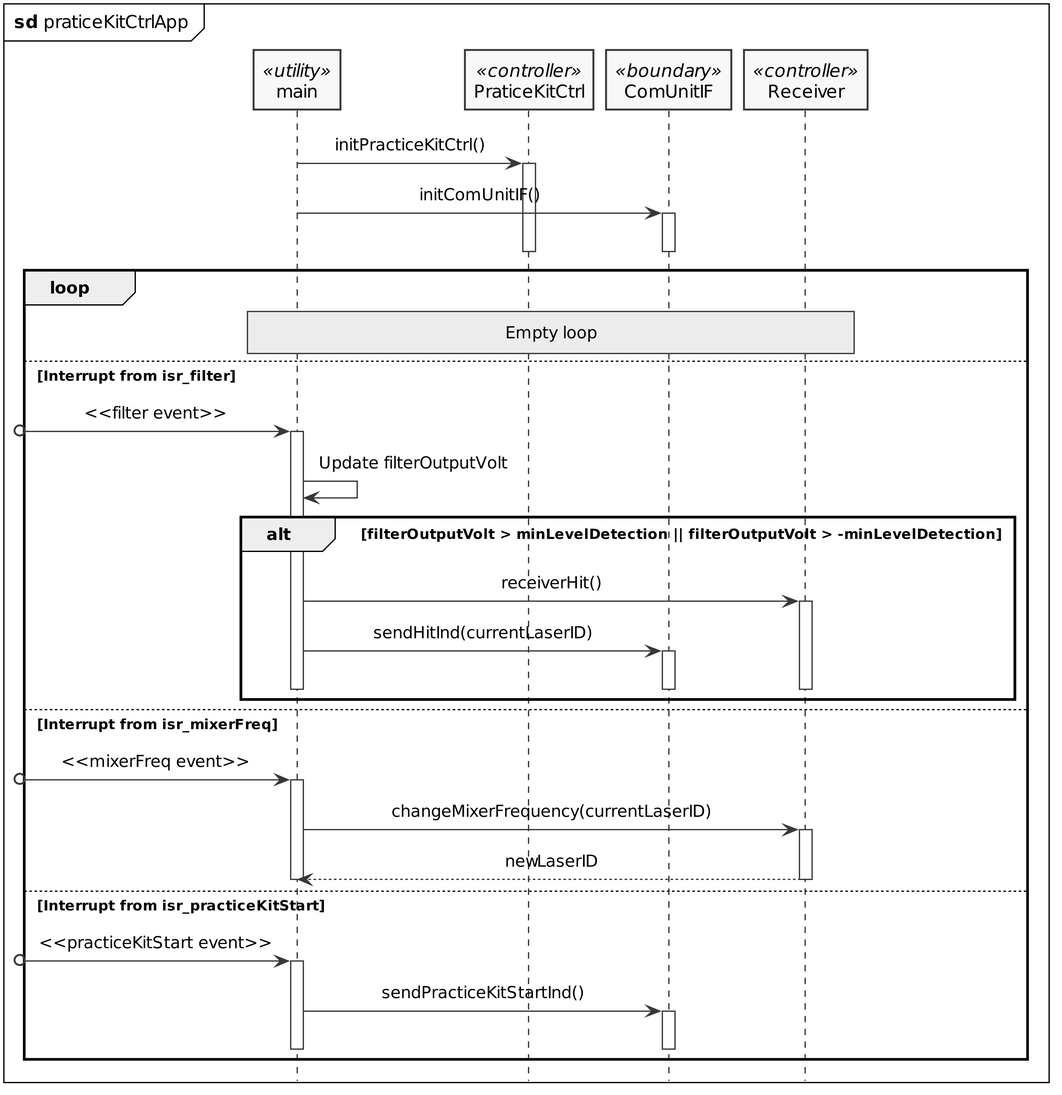
Above: PlantUML/out/practiceKitCtrlApp_sd.png in LasseKrarup/Laser-Tag-Project (PlantUML), before the change.
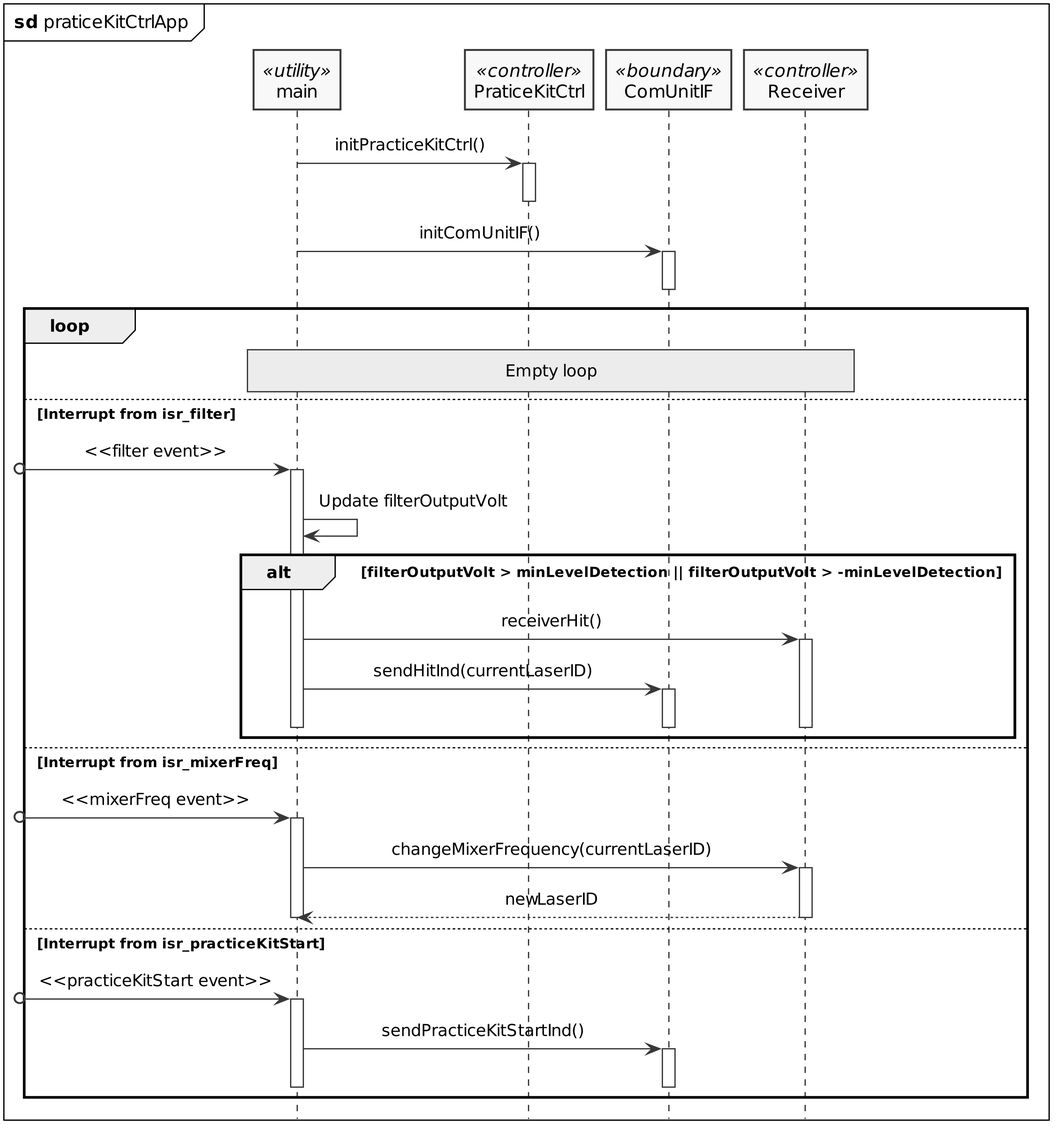
After the commit.

The edit, as a diff of the source:
```diff
@@ -19,8 +19,8 @@
 participant Receiver <<controller>>
 
 main -> PraticeKitCtrl++: initPracticeKitCtrl()
+deactivate PraticeKitCtrl
 main -> ComUnitIF++: initComUnitIF()
-deactivate PraticeKitCtrl
 deactivate ComUnitIF
 
 loop
```
